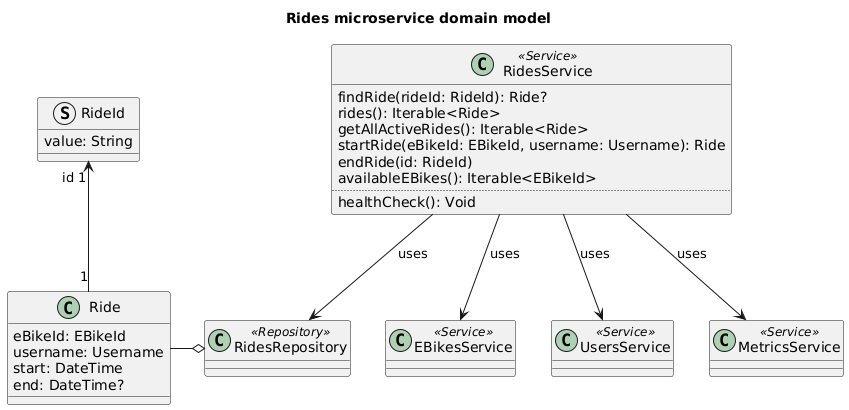
This is doc/diagrams/rides-microservice-domain-model.png from Ventus218/SAP-assignment-02, a PlantUML export, as it was before one commit.
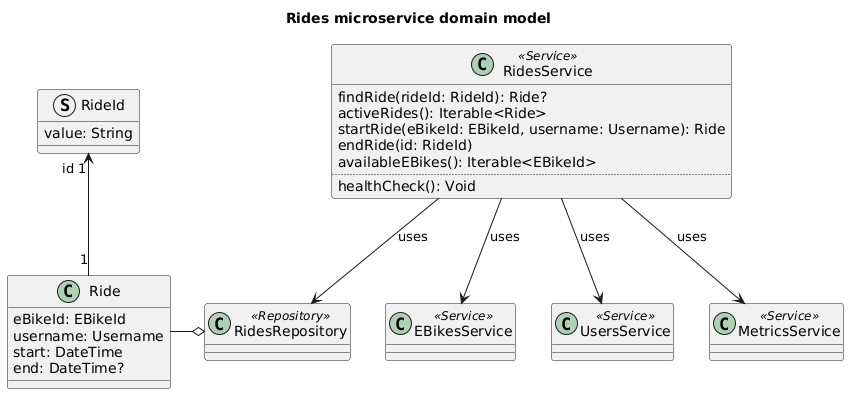
After the change.

Commit message:
Automatically generated PlantUML diagrams

Diff of the diagram source:
```diff
@@ -18,8 +18,7 @@
 
 class RidesService <<Service>> {
     findRide(rideId: RideId): Ride?
-    rides(): Iterable<Ride>
-    getAllActiveRides(): Iterable<Ride>
+    activeRides(): Iterable<Ride>
     startRide(eBikeId: EBikeId, username: Username): Ride
     endRide(id: RideId)
     availableEBikes(): Iterable<EBikeId>
```
